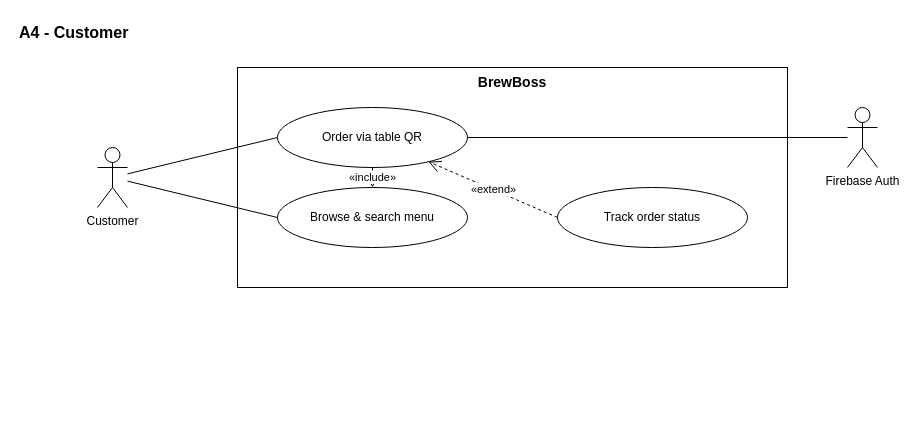
huytran303/project-prm393 keeps this draw.io diagram as page "A4 Customer" (4 of 6) of diagrams/use-case-by-actor.drawio. Above is the earlier version. Source tidied: cells renumbered, new cells numbered last; positions are measured from the earlier drawing's top-left corner, leaving out a move shared by most shapes. Both pictures are drawn from the tidied source at 100%, with x=0, y=0 at pixel (17, 17).
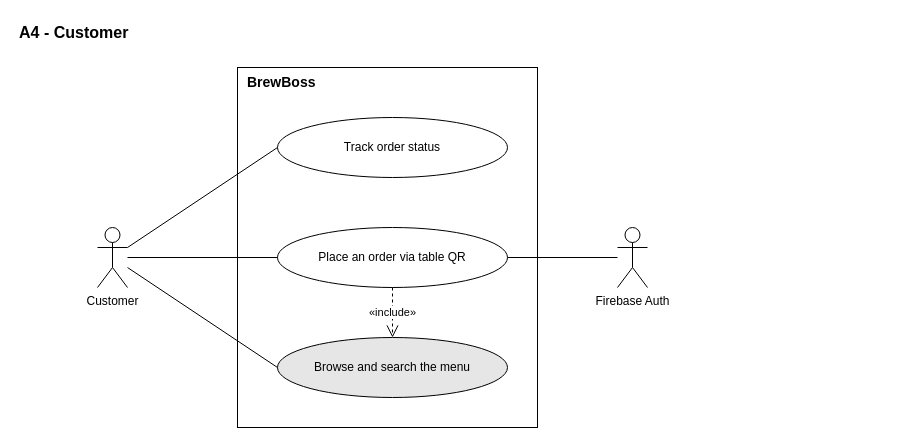
The same diagram, later.

Change to the diagram source:
```diff
@@
 <mxGraphModel>
   <root>
     <mxCell id="0" />
     <mxCell id="1" parent="0" />
     <mxCell id="2" value="A4 - Customer" style="text;html=1;align=left;verticalAlign=middle;fontStyle=1;fontSize=16;" parent="1" vertex="1">
       <mxGeometry width="700" height="30" as="geometry" />
     </mxCell>
-    <mxCell id="3" value="BrewBoss" style="rounded=0;whiteSpace=wrap;html=1;fillColor=none;verticalAlign=top;fontStyle=1;fontSize=14;" parent="1" vertex="1">
-      <mxGeometry x="220" y="50" width="550" height="220" as="geometry" />
+    <mxCell id="3" value="BrewBoss" style="rounded=0;whiteSpace=wrap;html=1;fillColor=none;verticalAlign=top;align=left;spacingLeft=8;fontStyle=1;fontSize=14;" parent="1" vertex="1">
+      <mxGeometry x="220" y="50" width="300" height="360" as="geometry" />
     </mxCell>
+    <mxCell id="7" value="Customer" style="shape=umlActor;verticalLabelPosition=bottom;verticalAlign=top;html=1;outlineConnect=0;fillColor=#ffffff;" parent="1" vertex="1">
+      <mxGeometry x="80" y="210" width="30" height="60" as="geometry" />
+    </mxCell>
+    <mxCell id="6" value="Track order status" style="ellipse;whiteSpace=wrap;html=1;fillColor=#ffffff;fontSize=12;" parent="1" vertex="1">
+      <mxGeometry x="260" y="100" width="230" height="60" as="geometry" />
+    </mxCell>
-    <mxCell id="4" value="Order via table QR" style="ellipse;whiteSpace=wrap;html=1;fillColor=#ffffff;fontSize=12;" parent="1" vertex="1">
-      <mxGeometry x="260" y="90" width="190" height="60" as="geometry" />
+    <mxCell id="4" value="Place an order via table QR" style="ellipse;whiteSpace=wrap;html=1;fillColor=#ffffff;fontSize=12;" parent="1" vertex="1">
+      <mxGeometry x="260" y="210" width="230" height="60" as="geometry" />
     </mxCell>
-    <mxCell id="5" value="Browse &amp;amp; search menu" style="ellipse;whiteSpace=wrap;html=1;fillColor=#ffffff;fontSize=12;" parent="1" vertex="1">
-      <mxGeometry x="260" y="170" width="190" height="60" as="geometry" />
+    <mxCell id="5" value="Browse and search the menu" style="ellipse;whiteSpace=wrap;html=1;fillColor=#e6e6e6;fontSize=12;" parent="1" vertex="1">
+      <mxGeometry x="260" y="320" width="230" height="60" as="geometry" />
     </mxCell>
-    <mxCell id="6" value="Track order status" style="ellipse;whiteSpace=wrap;html=1;fillColor=#ffffff;fontSize=12;" parent="1" vertex="1">
-      <mxGeometry x="540" y="170" width="190" height="60" as="geometry" />
-    </mxCell>
-    <mxCell id="7" value="Customer" style="shape=umlActor;verticalLabelPosition=bottom;verticalAlign=top;html=1;outlineConnect=0;fillColor=#ffffff;" parent="1" vertex="1">
-      <mxGeometry x="80" y="130" width="30" height="60" as="geometry" />
-    </mxCell>
-    <mxCell id="8" value="Firebase Auth" style="shape=umlActor;verticalLabelPosition=bottom;verticalAlign=top;html=1;outlineConnect=0;fillColor=#ffffff;" parent="1" vertex="1">
-      <mxGeometry x="830" y="90" width="30" height="60" as="geometry" />
-    </mxCell>
-    <mxCell id="9" style="endArrow=none;html=1;rounded=0;entryX=0;entryY=0.5;entryDx=0;entryDy=0;" parent="1" edge="1" source="7" target="4">
-      <mxGeometry relative="1" as="geometry" />
-    </mxCell>
-    <mxCell id="10" style="endArrow=none;html=1;rounded=0;entryX=0;entryY=0.5;entryDx=0;entryDy=0;" parent="1" edge="1" source="7" target="5">
+    <mxCell id="10" style="endArrow=none;html=1;rounded=0;entryX=0;entryY=0.5;entryDx=0;entryDy=0;" parent="1" edge="1" source="7" target="6">
       <mxGeometry relative="1" as="geometry" />
     </mxCell>
-    <mxCell id="11" style="endArrow=none;html=1;rounded=0;exitX=1;exitY=0.5;exitDx=0;exitDy=0;" parent="1" edge="1" source="4" target="8">
+    <mxCell id="11" style="endArrow=none;html=1;rounded=0;entryX=0;entryY=0.5;entryDx=0;entryDy=0;" parent="1" edge="1" source="7" target="4">
       <mxGeometry relative="1" as="geometry" />
     </mxCell>
-    <mxCell id="12" value="«include»" style="dashed=1;endArrow=open;endFill=0;endSize=10;html=1;rounded=0;fontSize=11;labelBackgroundColor=#ffffff;" parent="1" edge="1" source="4" target="5">
+    <mxCell id="12" style="endArrow=none;html=1;rounded=0;entryX=0;entryY=0.5;entryDx=0;entryDy=0;" parent="1" edge="1" source="7" target="5">
       <mxGeometry relative="1" as="geometry" />
     </mxCell>
-    <mxCell id="13" value="«extend»" style="dashed=1;endArrow=open;endFill=0;endSize=10;html=1;rounded=0;fontSize=11;labelBackgroundColor=#ffffff;exitX=0;exitY=0.5;exitDx=0;exitDy=0;" parent="1" edge="1" source="6" target="4">
-      <mxGeometry relative="1" as="geometry" />
-    </mxCell>
+    <mxCell id="14" value="«include»" style="dashed=1;endArrow=open;endFill=0;endSize=10;html=1;rounded=0;fontSize=11;labelBackgroundColor=#ffffff;" parent="1" edge="1" source="4" target="5">
+      <mxGeometry relative="1" as="geometry" />
+    </mxCell>
+    <mxCell id="8" value="Firebase Auth" style="shape=umlActor;verticalLabelPosition=bottom;verticalAlign=top;html=1;outlineConnect=0;fillColor=#ffffff;" parent="1" vertex="1">
+      <mxGeometry x="600" y="210" width="30" height="60" as="geometry" />
+    </mxCell>
+    <mxCell id="15" style="endArrow=none;html=1;rounded=0;exitX=1;exitY=0.5;exitDx=0;exitDy=0;" parent="1" edge="1" source="4" target="8">
+      <mxGeometry relative="1" as="geometry" />
+    </mxCell>
   </root>
 </mxGraphModel>
```
